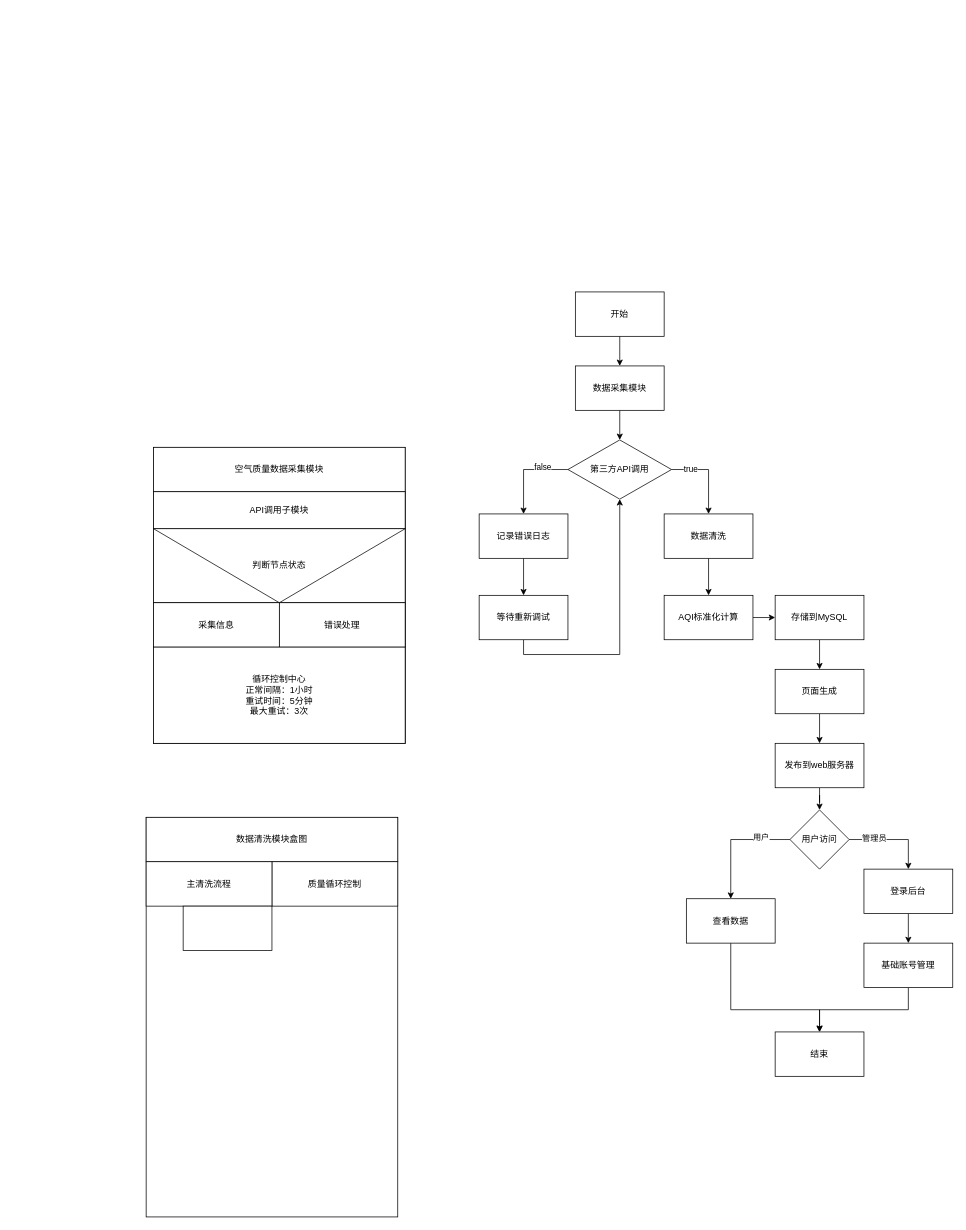
Earlier version of the draw.io diagram page "第 1 页" (1 of 3) of 未命名绘图.drawio (werigd/50projects50days). Source tidied: cells renumbered, new cells numbered last; positions are measured from the earlier drawing's top-left corner, leaving out a move shared by most shapes. Both pictures are drawn from the tidied source at 74%, with x=0, y=0 at pixel (146, 292).
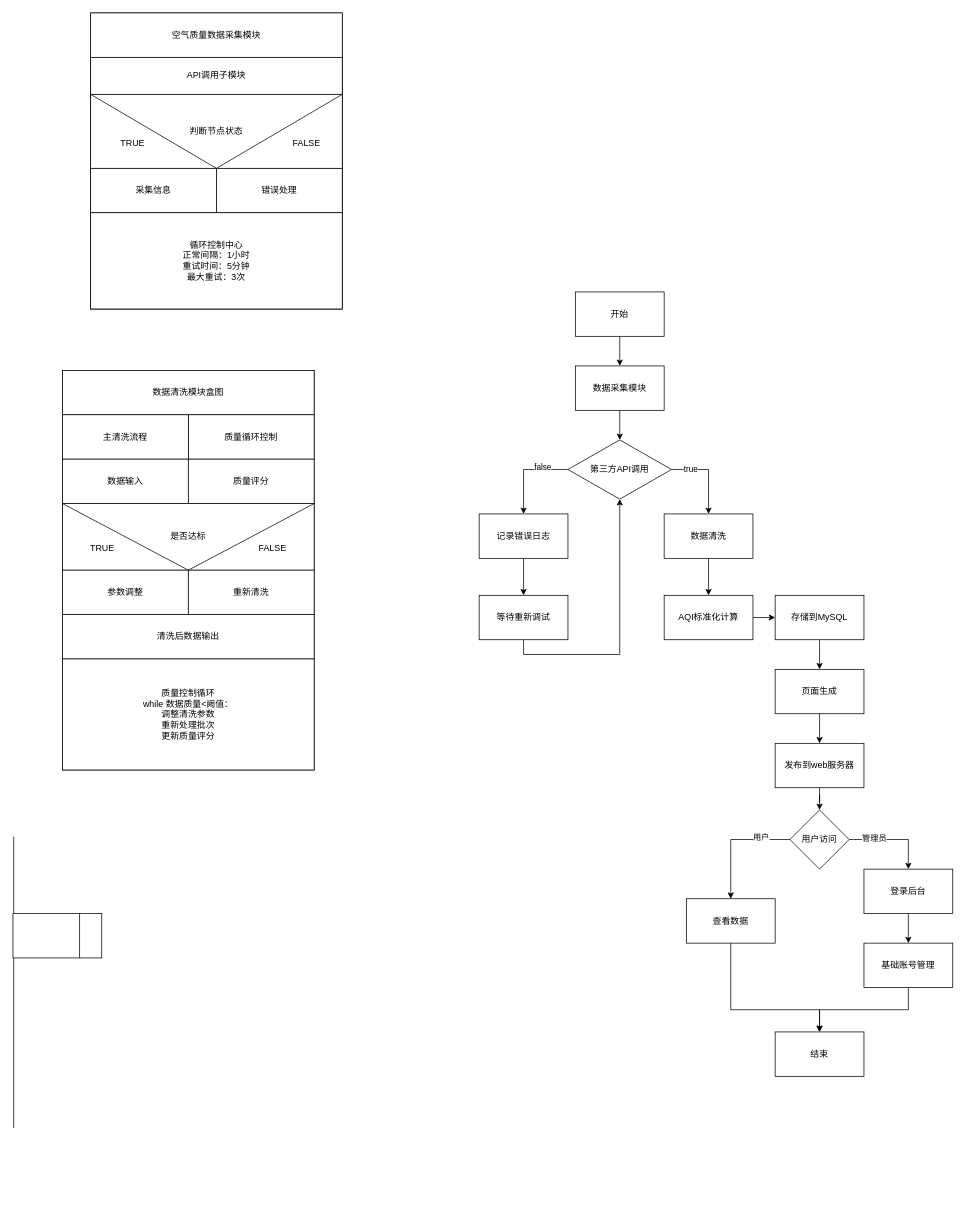
The same diagram, later.

The edit, as a diff of the source:
```diff
@@
     <mxCell id="37" style="html=1;dashed=0;whiteSpace=wrap;" parent="1" vertex="1">
-      <mxGeometry x="10" y="210" width="340" height="400" as="geometry" />
+      <mxGeometry x="-75" y="-377" width="340" height="400" as="geometry" />
     </mxCell>
     <mxCell id="38" style="html=1;dashed=0;whiteSpace=wrap;" parent="1" vertex="1">
-      <mxGeometry x="10" y="270" width="340" height="340" as="geometry" />
+      <mxGeometry x="-75" y="-317" width="340" height="340" as="geometry" />
     </mxCell>
     <mxCell id="39" value="空气质量数据采集模块" style="html=1;dashed=0;whiteSpace=wrap;" parent="1" vertex="1">
-      <mxGeometry x="10" y="210" width="340" height="60" as="geometry" />
+      <mxGeometry x="-75" y="-377" width="340" height="60" as="geometry" />
     </mxCell>
     <mxCell id="40" value="API调用子模块" style="html=1;dashed=0;whiteSpace=wrap;" parent="1" vertex="1">
-      <mxGeometry x="10" y="270" width="340" height="50" as="geometry" />
+      <mxGeometry x="-75" y="-317" width="340" height="50" as="geometry" />
     </mxCell>
     <mxCell id="41" value="判断节点状态" style="html=1;dashed=0;whiteSpace=wrap;" parent="1" vertex="1">
-      <mxGeometry x="10" y="320" width="340" height="100" as="geometry" />
+      <mxGeometry x="-75" y="-267" width="340" height="100" as="geometry" />
     </mxCell>
     <mxCell id="42" style="rounded=0;whiteSpace=wrap;html=1;" parent="1" vertex="1">
-      <mxGeometry x="10" y="420" width="340" height="60" as="geometry" />
+      <mxGeometry x="-75" y="-167" width="340" height="60" as="geometry" />
     </mxCell>
@@
     <mxCell id="46" value="采集信息" style="rounded=0;whiteSpace=wrap;html=1;" parent="1" vertex="1">
-      <mxGeometry x="10" y="420" width="170" height="60" as="geometry" />
+      <mxGeometry x="-75" y="-167" width="170" height="60" as="geometry" />
     </mxCell>
     <mxCell id="47" value="错误处理" style="rounded=0;whiteSpace=wrap;html=1;" parent="1" vertex="1">
-      <mxGeometry x="180" y="420" width="170" height="60" as="geometry" />
+      <mxGeometry x="95" y="-167" width="170" height="60" as="geometry" />
     </mxCell>
@@
     <mxCell id="49" value="循环控制中心&lt;div&gt;&lt;div&gt;正常间隔：1小时&lt;/div&gt;&lt;div&gt;&lt;span style=&quot;background-color: transparent; color: light-dark(rgb(0, 0, 0), rgb(255, 255, 255));&quot;&gt;重试时间：5分钟&lt;/span&gt;&lt;/div&gt;&lt;div&gt;最大重试：3次&lt;/div&gt;&lt;/div&gt;" style="rounded=0;whiteSpace=wrap;html=1;" parent="1" vertex="1">
-      <mxGeometry x="10" y="480" width="340" height="130" as="geometry" />
+      <mxGeometry x="-75" y="-107" width="340" height="130" as="geometry" />
     </mxCell>
     <mxCell id="50" style="rounded=0;whiteSpace=wrap;html=1;" parent="1" vertex="1">
-      <mxGeometry y="710" width="340" height="540" as="geometry" />
+      <mxGeometry x="-113" y="106" width="340" height="540" as="geometry" />
     </mxCell>
     <mxCell id="51" value="数据清洗模块盒图" style="rounded=0;whiteSpace=wrap;html=1;" parent="1" vertex="1">
-      <mxGeometry y="710" width="340" height="60" as="geometry" />
+      <mxGeometry x="-113" y="106" width="340" height="60" as="geometry" />
     </mxCell>
     <mxCell id="52" value="质量循环控制" style="rounded=0;whiteSpace=wrap;html=1;" parent="1" vertex="1">
-      <mxGeometry x="170" y="770" width="170" height="60" as="geometry" />
+      <mxGeometry x="57" y="166" width="170" height="60" as="geometry" />
     </mxCell>
     <mxCell id="53" value="主清洗流程" style="rounded=0;whiteSpace=wrap;html=1;" parent="1" vertex="1">
-      <mxGeometry y="770" width="170" height="60" as="geometry" />
+      <mxGeometry x="-113" y="166" width="170" height="60" as="geometry" />
     </mxCell>
-    <mxCell id="54" style="rounded=0;whiteSpace=wrap;html=1;" parent="1" vertex="1">
-      <mxGeometry x="50" y="830" width="120" height="60" as="geometry" />
+    <mxCell id="54" value="数据输入" style="rounded=0;whiteSpace=wrap;html=1;" parent="1" vertex="1">
+      <mxGeometry x="-113" y="226" width="170" height="60" as="geometry" />
     </mxCell>
+    <mxCell id="55" value="质量评分" style="rounded=0;whiteSpace=wrap;html=1;" parent="1" vertex="1">
+      <mxGeometry x="57" y="226" width="170" height="60" as="geometry" />
+    </mxCell>
+    <mxCell id="56" value="是否达标" style="rounded=0;whiteSpace=wrap;html=1;" parent="1" vertex="1">
+      <mxGeometry x="-113" y="286" width="340" height="90" as="geometry" />
+    </mxCell>
+    <mxCell id="57" style="endArrow=none;html=1;rounded=0;entryX=0;entryY=0;entryDx=0;entryDy=0;exitX=0.5;exitY=1;exitDx=0;exitDy=0;" parent="1" edge="1" source="56" target="56">
+      <mxGeometry relative="1" as="geometry" />
+    </mxCell>
+    <mxCell id="58" style="endArrow=none;html=1;rounded=0;entryX=1;entryY=0;entryDx=0;entryDy=0;" parent="1" edge="1" target="56">
+      <mxGeometry relative="1" as="geometry">
+        <mxPoint x="57" y="376" as="sourcePoint" />
+      </mxGeometry>
+    </mxCell>
+    <mxCell id="59" value="参数调整" style="rounded=0;whiteSpace=wrap;html=1;" parent="1" vertex="1">
+      <mxGeometry x="-113" y="376" width="170" height="60" as="geometry" />
+    </mxCell>
+    <mxCell id="60" value="重新清洗" style="rounded=0;whiteSpace=wrap;html=1;" parent="1" vertex="1">
+      <mxGeometry x="57" y="376" width="170" height="60" as="geometry" />
+    </mxCell>
+    <mxCell id="61" value="清洗后数据输出" style="rounded=0;whiteSpace=wrap;html=1;" parent="1" vertex="1">
+      <mxGeometry x="-113" y="436" width="340" height="60" as="geometry" />
+    </mxCell>
+    <mxCell id="62" value="质量控制循环&lt;div&gt;while 数据质量&amp;lt;阙值：&lt;/div&gt;&lt;div&gt;调整清洗参数&lt;/div&gt;&lt;div&gt;重新处理批次&lt;/div&gt;&lt;div&gt;更新质量评分&lt;/div&gt;" style="rounded=0;whiteSpace=wrap;html=1;" parent="1" vertex="1">
+      <mxGeometry x="-113" y="496" width="340" height="150" as="geometry" />
+    </mxCell>
+    <mxCell id="63" value="TRUE" style="text;html=1;align=center;verticalAlign=middle;whiteSpace=wrap;rounded=0;" parent="1" vertex="1">
+      <mxGeometry x="-89" y="331" width="60" height="30" as="geometry" />
+    </mxCell>
+    <mxCell id="64" value="FALSE" style="text;html=1;align=center;verticalAlign=middle;whiteSpace=wrap;rounded=0;" parent="1" vertex="1">
+      <mxGeometry x="141" y="331" width="60" height="30" as="geometry" />
+    </mxCell>
+    <mxCell id="65" value="TRUE" style="text;html=1;align=center;verticalAlign=middle;whiteSpace=wrap;rounded=0;" parent="1" vertex="1">
+      <mxGeometry x="-48" y="-216" width="60" height="30" as="geometry" />
+    </mxCell>
+    <mxCell id="66" value="FALSE" style="text;html=1;align=center;verticalAlign=middle;whiteSpace=wrap;rounded=0;" parent="1" vertex="1">
+      <mxGeometry x="187" y="-216" width="60" height="30" as="geometry" />
+    </mxCell>
+    <mxCell id="67" style="endArrow=none;html=1;rounded=0;" parent="1" edge="1">
+      <mxGeometry relative="1" as="geometry">
+        <mxPoint x="-179" y="1130" as="sourcePoint" />
+        <mxPoint x="-179" y="736" as="targetPoint" />
+      </mxGeometry>
+    </mxCell>
+    <mxCell id="68" style="rounded=0;whiteSpace=wrap;html=1;" parent="1" vertex="1">
+      <mxGeometry x="-180" y="840" width="120" height="60" as="geometry" />
+    </mxCell>
+    <mxCell id="69" style="endArrow=none;html=1;rounded=0;entryX=0.75;entryY=0;entryDx=0;entryDy=0;exitX=0.75;exitY=1;exitDx=0;exitDy=0;" parent="1" edge="1" source="68" target="68">
+      <mxGeometry relative="1" as="geometry" />
+    </mxCell>
```
